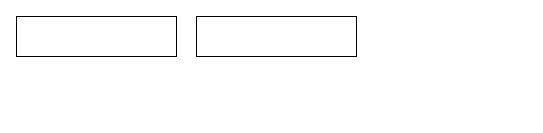
Before: 제목 없는 다이어그램.drawio in halsuitdaa/2024-01-15, a draw.io diagram. Source tidied: cells renumbered, new cells numbered last; positions are measured from the earlier drawing's top-left corner, leaving out a move shared by most shapes. Both pictures are drawn from the tidied source at 100%, with x=0, y=0 at pixel (16, 16).
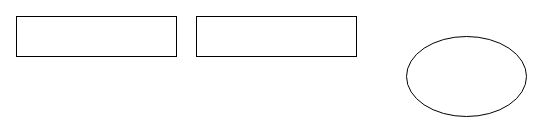
Above is the later version.

Commit message:
제목 없는 다이어그램.drawio 업데이트

What changed in the source:
```diff
@@
 <mxGraphModel>
   <root>
     <mxCell id="0" />
     <mxCell id="1" parent="0" />
     <mxCell id="2" style="rounded=0;whiteSpace=wrap;html=1;" parent="1" vertex="1">
       <mxGeometry width="160" height="40" as="geometry" />
     </mxCell>
     <mxCell id="3" style="rounded=0;whiteSpace=wrap;html=1;" parent="1" vertex="1">
       <mxGeometry x="180" width="160" height="40" as="geometry" />
     </mxCell>
+    <mxCell id="4" style="ellipse;whiteSpace=wrap;html=1;" parent="1" vertex="1">
+      <mxGeometry x="390" y="20" width="120" height="80" as="geometry" />
+    </mxCell>
   </root>
 </mxGraphModel>
```
